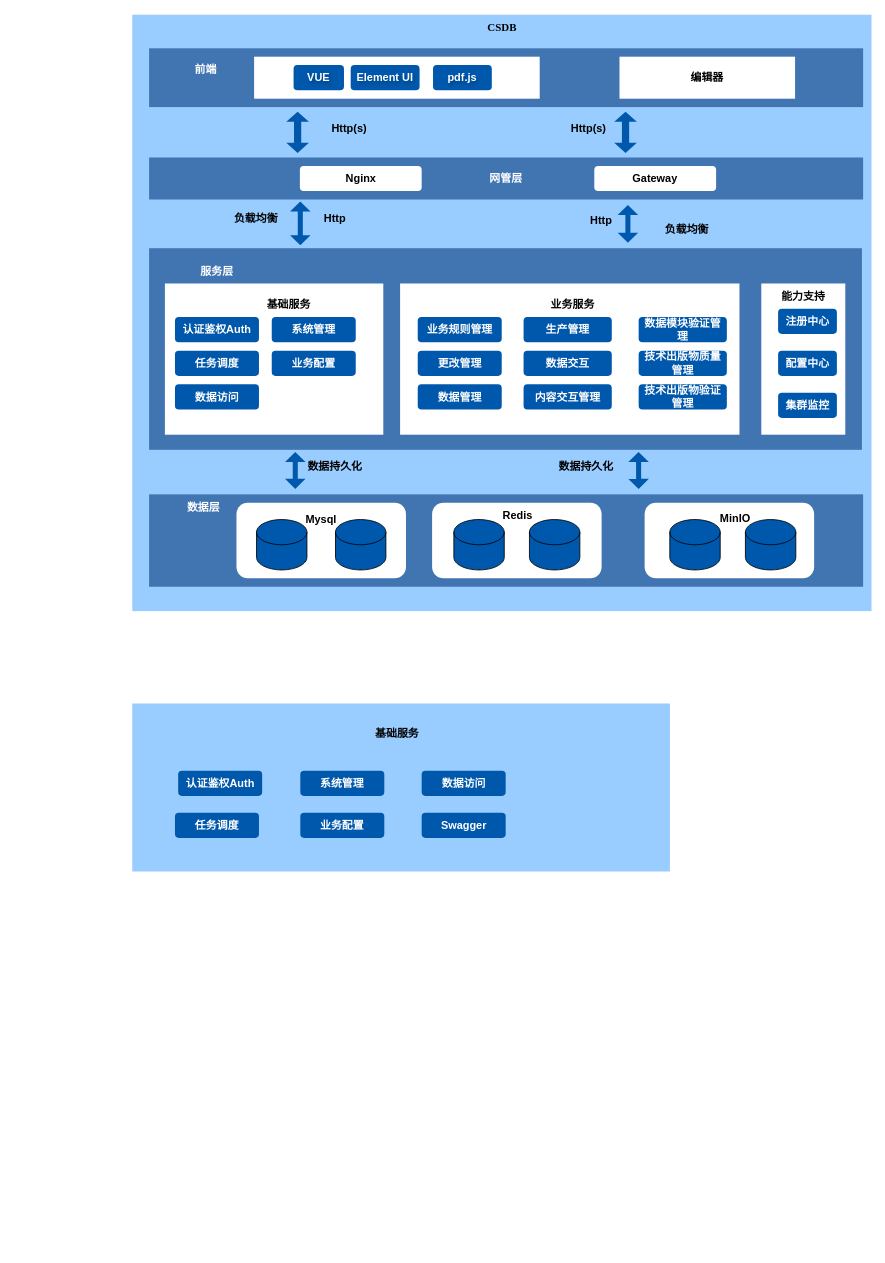
DemonHan/KuickBuy keeps this draw.io diagram as csdb/应用架构图.drawio. Above is the earlier version. Source tidied: cells renumbered, new cells numbered last; positions are measured from the earlier drawing's top-left corner, leaving out a move shared by most shapes. Both pictures are drawn from the tidied source at 84%, with x=0, y=0 at pixel (132, 14).
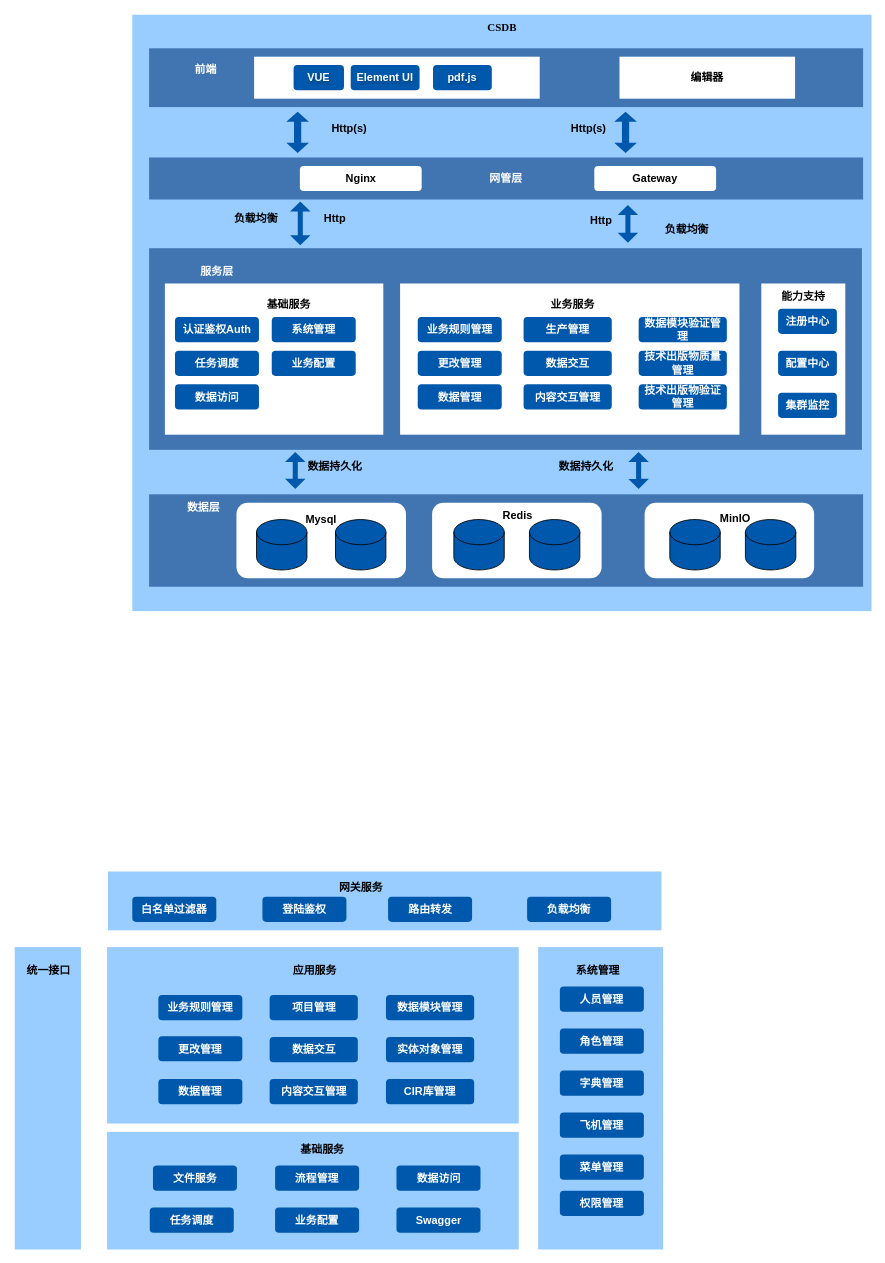
The same diagram, later.

Commit message (it also covers changes not shown here):
更新应用架构图.drawio

What changed in the source:
```diff
@@
     <mxCell id="68" style="rounded=0;whiteSpace=wrap;html=1;fillColor=#99CCFF;strokeColor=none;" parent="1" vertex="1">
-      <mxGeometry y="820" width="640" height="200" as="geometry" />
+      <mxGeometry x="-30" y="1330" width="490" height="140" as="geometry" />
     </mxCell>
     <mxCell id="69" value="基础服务" style="text;html=1;align=center;verticalAlign=middle;strokeColor=none;fillColor=none;fontStyle=1;fontSize=13;" parent="1" vertex="1">
-      <mxGeometry x="275" y="840" width="80" height="30" as="geometry" />
+      <mxGeometry x="186" y="1336" width="80" height="30" as="geometry" />
     </mxCell>
-    <mxCell id="70" value="认证鉴权Auth" style="rounded=1;whiteSpace=wrap;html=1;fontStyle=1;fontSize=13;strokeColor=none;fillColor=#0058AC;fontColor=#FFFFFF;" parent="1" vertex="1">
-      <mxGeometry x="54.6" y="900" width="100" height="30" as="geometry" />
+    <mxCell id="70" value="文件服务" style="rounded=1;whiteSpace=wrap;html=1;fontStyle=1;fontSize=13;strokeColor=none;fillColor=#0058AC;fontColor=#FFFFFF;" parent="1" vertex="1">
+      <mxGeometry x="24.6" y="1370" width="100" height="30" as="geometry" />
     </mxCell>
     <mxCell id="71" value="任务调度" style="rounded=1;whiteSpace=wrap;html=1;fontStyle=1;fontSize=13;strokeColor=none;fillColor=#0058AC;fontColor=#FFFFFF;" parent="1" vertex="1">
-      <mxGeometry x="50.8" y="950" width="100" height="30" as="geometry" />
+      <mxGeometry x="20.8" y="1420" width="100" height="30" as="geometry" />
     </mxCell>
     <mxCell id="72" value="数据访问" style="rounded=1;whiteSpace=wrap;html=1;fontStyle=1;fontSize=13;strokeColor=none;fillColor=#0058AC;fontColor=#FFFFFF;" parent="1" vertex="1">
-      <mxGeometry x="344.5" y="900" width="100" height="30" as="geometry" />
+      <mxGeometry x="314.5" y="1370" width="100" height="30" as="geometry" />
     </mxCell>
-    <mxCell id="73" value="系统管理" style="rounded=1;whiteSpace=wrap;html=1;fontStyle=1;fontSize=13;strokeColor=none;fillColor=#0058AC;fontColor=#FFFFFF;" parent="1" vertex="1">
-      <mxGeometry x="200" y="900" width="100" height="30" as="geometry" />
+    <mxCell id="73" value="流程管理" style="rounded=1;whiteSpace=wrap;html=1;fontStyle=1;fontSize=13;strokeColor=none;fillColor=#0058AC;fontColor=#FFFFFF;" parent="1" vertex="1">
+      <mxGeometry x="170" y="1370" width="100" height="30" as="geometry" />
     </mxCell>
     <mxCell id="74" value="业务配置" style="rounded=1;whiteSpace=wrap;html=1;fontStyle=1;fontSize=13;strokeColor=none;fillColor=#0058AC;fontColor=#FFFFFF;" parent="1" vertex="1">
-      <mxGeometry x="200" y="950" width="100" height="30" as="geometry" />
+      <mxGeometry x="170" y="1420" width="100" height="30" as="geometry" />
     </mxCell>
     <mxCell id="75" value="Swagger" style="rounded=1;whiteSpace=wrap;html=1;fontStyle=1;fontSize=13;strokeColor=none;fillColor=#0058AC;fontColor=#FFFFFF;" parent="1" vertex="1">
-      <mxGeometry x="344.5" y="950" width="100" height="30" as="geometry" />
+      <mxGeometry x="314.5" y="1420" width="100" height="30" as="geometry" />
     </mxCell>
+    <mxCell id="76" style="rounded=0;whiteSpace=wrap;html=1;fillColor=#99CCFF;strokeColor=none;" parent="1" vertex="1">
+      <mxGeometry x="483.2" y="1110" width="148.8" height="360" as="geometry" />
+    </mxCell>
+    <mxCell id="77" value="系统管理" style="text;html=1;align=center;verticalAlign=middle;strokeColor=none;fillColor=none;fontStyle=1;fontSize=13;" parent="1" vertex="1">
+      <mxGeometry x="513.5" y="1122" width="80" height="30" as="geometry" />
+    </mxCell>
+    <mxCell id="78" value="人员管理" style="rounded=1;whiteSpace=wrap;html=1;fontStyle=1;fontSize=13;strokeColor=none;fillColor=#0058AC;fontColor=#FFFFFF;" parent="1" vertex="1">
+      <mxGeometry x="509" y="1157" width="100" height="30" as="geometry" />
+    </mxCell>
+    <mxCell id="79" value="角色管理" style="rounded=1;whiteSpace=wrap;html=1;fontStyle=1;fontSize=13;strokeColor=none;fillColor=#0058AC;fontColor=#FFFFFF;" parent="1" vertex="1">
+      <mxGeometry x="509" y="1207" width="100" height="30" as="geometry" />
+    </mxCell>
+    <mxCell id="80" value="字典管理" style="rounded=1;whiteSpace=wrap;html=1;fontStyle=1;fontSize=13;strokeColor=none;fillColor=#0058AC;fontColor=#FFFFFF;" parent="1" vertex="1">
+      <mxGeometry x="509" y="1257" width="100" height="30" as="geometry" />
+    </mxCell>
+    <mxCell id="81" value="飞机管理" style="rounded=1;whiteSpace=wrap;html=1;fontStyle=1;fontSize=13;strokeColor=none;fillColor=#0058AC;fontColor=#FFFFFF;" parent="1" vertex="1">
+      <mxGeometry x="509" y="1307" width="100" height="30" as="geometry" />
+    </mxCell>
+    <mxCell id="82" value="菜单管理" style="rounded=1;whiteSpace=wrap;html=1;fontStyle=1;fontSize=13;strokeColor=none;fillColor=#0058AC;fontColor=#FFFFFF;" parent="1" vertex="1">
+      <mxGeometry x="509" y="1357" width="100" height="30" as="geometry" />
+    </mxCell>
+    <mxCell id="83" value="权限管理" style="rounded=1;whiteSpace=wrap;html=1;fontStyle=1;fontSize=13;strokeColor=none;fillColor=#0058AC;fontColor=#FFFFFF;" parent="1" vertex="1">
+      <mxGeometry x="509" y="1400" width="100" height="30" as="geometry" />
+    </mxCell>
+    <mxCell id="84" style="rounded=0;whiteSpace=wrap;html=1;fillColor=#99CCFF;strokeColor=none;" parent="1" vertex="1">
+      <mxGeometry x="-30" y="1110" width="490" height="210" as="geometry" />
+    </mxCell>
+    <mxCell id="85" value="业务规则管理" style="rounded=1;whiteSpace=wrap;html=1;fontStyle=1;fontSize=13;strokeColor=none;fillColor=#0058AC;fontColor=#FFFFFF;" parent="1" vertex="1">
+      <mxGeometry x="31" y="1167" width="100" height="30" as="geometry" />
+    </mxCell>
+    <mxCell id="86" value="更改管理" style="rounded=1;whiteSpace=wrap;html=1;fontStyle=1;fontSize=13;strokeColor=none;fillColor=#0058AC;fontColor=#FFFFFF;" parent="1" vertex="1">
+      <mxGeometry x="31" y="1216" width="100" height="30" as="geometry" />
+    </mxCell>
+    <mxCell id="87" value="数据管理" style="rounded=1;whiteSpace=wrap;html=1;fontStyle=1;fontSize=13;strokeColor=none;fillColor=#0058AC;fontColor=#FFFFFF;" parent="1" vertex="1">
+      <mxGeometry x="31" y="1267" width="100" height="30" as="geometry" />
+    </mxCell>
+    <mxCell id="88" value="项目管理" style="rounded=1;whiteSpace=wrap;html=1;fontStyle=1;fontSize=13;strokeColor=none;fillColor=#0058AC;fontColor=#FFFFFF;" parent="1" vertex="1">
+      <mxGeometry x="163.5" y="1167" width="105" height="30" as="geometry" />
+    </mxCell>
+    <mxCell id="89" value="数据交互" style="rounded=1;whiteSpace=wrap;html=1;fontStyle=1;fontSize=13;strokeColor=none;fillColor=#0058AC;fontColor=#FFFFFF;" parent="1" vertex="1">
+      <mxGeometry x="163.5" y="1217" width="105" height="30" as="geometry" />
+    </mxCell>
+    <mxCell id="90" value="内容交互管理" style="rounded=1;whiteSpace=wrap;html=1;fontStyle=1;fontSize=13;strokeColor=none;fillColor=#0058AC;fontColor=#FFFFFF;" parent="1" vertex="1">
+      <mxGeometry x="163.5" y="1267" width="105" height="30" as="geometry" />
+    </mxCell>
+    <mxCell id="91" value="数据模块管理" style="rounded=1;whiteSpace=wrap;html=1;fontStyle=1;fontSize=13;strokeColor=none;fillColor=#0058AC;fontColor=#FFFFFF;" parent="1" vertex="1">
+      <mxGeometry x="302" y="1167" width="105" height="30" as="geometry" />
+    </mxCell>
+    <mxCell id="92" value="实体对象管理" style="rounded=1;whiteSpace=wrap;html=1;fontStyle=1;fontSize=13;strokeColor=none;fillColor=#0058AC;fontColor=#FFFFFF;" parent="1" vertex="1">
+      <mxGeometry x="302" y="1217" width="105" height="30" as="geometry" />
+    </mxCell>
+    <mxCell id="93" value="CIR库管理" style="rounded=1;whiteSpace=wrap;html=1;fontStyle=1;fontSize=13;strokeColor=none;fillColor=#0058AC;fontColor=#FFFFFF;" parent="1" vertex="1">
+      <mxGeometry x="302" y="1267" width="105" height="30" as="geometry" />
+    </mxCell>
+    <mxCell id="94" value="应用服务" style="text;html=1;align=center;verticalAlign=middle;strokeColor=none;fillColor=none;fontStyle=1;fontSize=13;" parent="1" vertex="1">
+      <mxGeometry x="177.2" y="1122" width="80" height="30" as="geometry" />
+    </mxCell>
+    <mxCell id="95" style="rounded=0;whiteSpace=wrap;html=1;fillColor=#99CCFF;strokeColor=none;" parent="1" vertex="1">
+      <mxGeometry x="-29" y="1020" width="659" height="70" as="geometry" />
+    </mxCell>
+    <mxCell id="96" value="网关服务" style="text;html=1;align=center;verticalAlign=middle;strokeColor=none;fillColor=none;fontStyle=1;fontSize=13;" parent="1" vertex="1">
+      <mxGeometry x="231.9" y="1024" width="80" height="30" as="geometry" />
+    </mxCell>
+    <mxCell id="97" value="白名单过滤器" style="rounded=1;whiteSpace=wrap;html=1;fontStyle=1;fontSize=13;strokeColor=none;fillColor=#0058AC;fontColor=#FFFFFF;" parent="1" vertex="1">
+      <mxGeometry y="1050" width="100" height="30" as="geometry" />
+    </mxCell>
+    <mxCell id="98" value="登陆鉴权" style="rounded=1;whiteSpace=wrap;html=1;fontStyle=1;fontSize=13;strokeColor=none;fillColor=#0058AC;fontColor=#FFFFFF;" parent="1" vertex="1">
+      <mxGeometry x="154.9" y="1050" width="100" height="30" as="geometry" />
+    </mxCell>
+    <mxCell id="99" value="路由转发" style="rounded=1;whiteSpace=wrap;html=1;fontStyle=1;fontSize=13;strokeColor=none;fillColor=#0058AC;fontColor=#FFFFFF;" parent="1" vertex="1">
+      <mxGeometry x="304.5" y="1050" width="100" height="30" as="geometry" />
+    </mxCell>
+    <mxCell id="100" value="负载均衡" style="rounded=1;whiteSpace=wrap;html=1;fontStyle=1;fontSize=13;strokeColor=none;fillColor=#0058AC;fontColor=#FFFFFF;" parent="1" vertex="1">
+      <mxGeometry x="470" y="1050" width="100" height="30" as="geometry" />
+    </mxCell>
+    <mxCell id="101" style="rounded=0;whiteSpace=wrap;html=1;fillColor=#99CCFF;strokeColor=none;" parent="1" vertex="1">
+      <mxGeometry x="-140" y="1110" width="78.8" height="360" as="geometry" />
+    </mxCell>
+    <mxCell id="102" value="统一接口" style="text;html=1;align=center;verticalAlign=middle;strokeColor=none;fillColor=none;fontStyle=1;fontSize=13;" parent="1" vertex="1">
+      <mxGeometry x="-140" y="1122" width="80" height="30" as="geometry" />
+    </mxCell>
```
